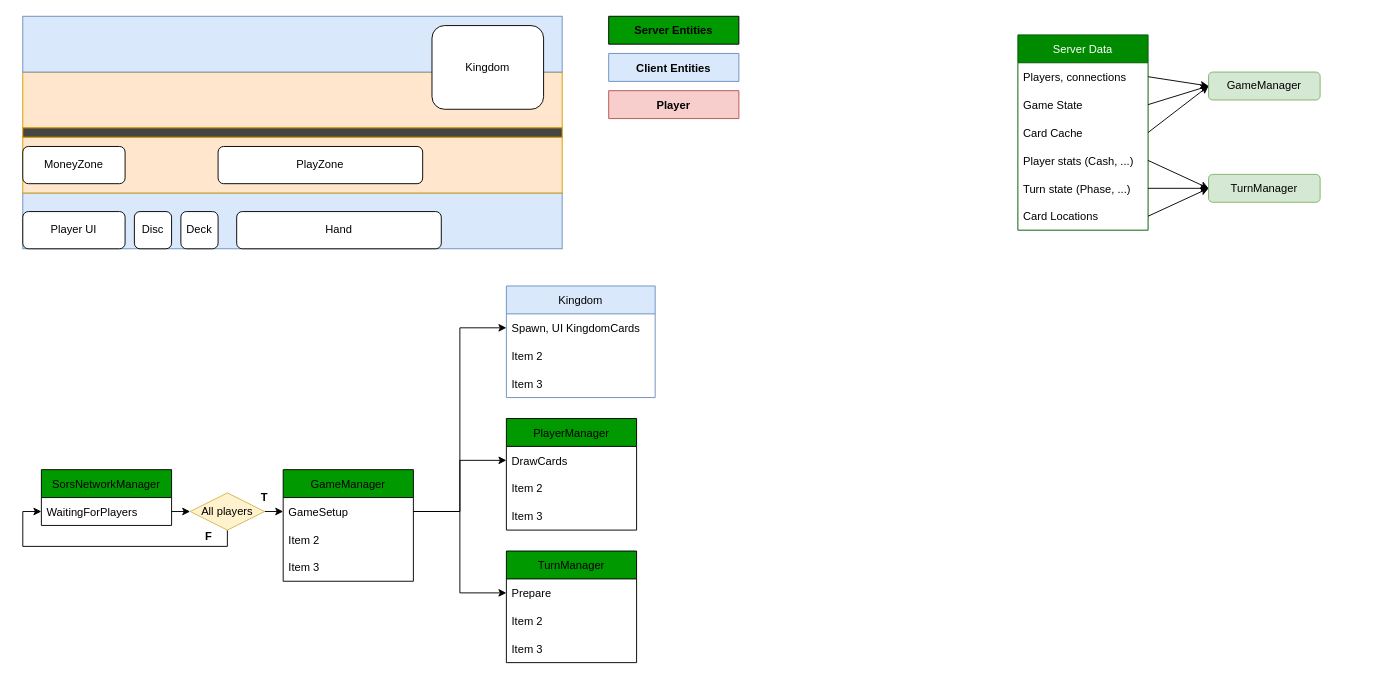
This is page "Overview" (1 of 4) of ProgramSchema.drawio from MattW0/Sors, a draw.io file, before an edit. Source tidied: cells renumbered, new cells numbered last; positions are measured from the earlier drawing's top-left corner, leaving out a move shared by most shapes. Both pictures are drawn from the tidied source at 93%, with x=0, y=0 at pixel (22, 16).
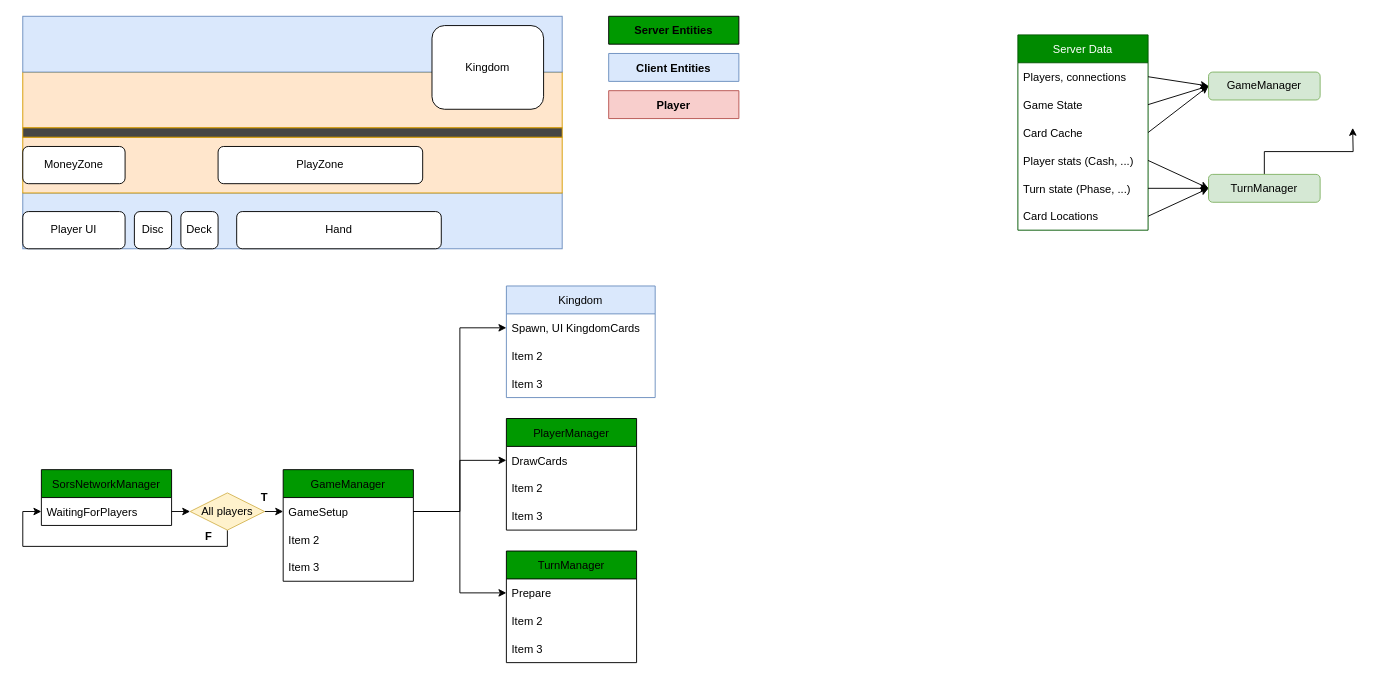
The same page after the edit.

Unchanged cells that the change refers to:
```xml
<mxCell id="55" value="TurnManager" style="rounded=1;whiteSpace=wrap;html=1;fillColor=#d5e8d4;strokeColor=#82b366;" parent="1" vertex="1">
  <mxGeometry x="1275" y="170" width="120" height="30" as="geometry" />
</mxCell>
```

Diff of the diagram source:
```diff
@@
+    <mxCell id="62" style="edgeStyle=orthogonalEdgeStyle;rounded=0;jettySize=auto;html=1;exitX=0.5;exitY=0;exitDx=0;exitDy=0;" parent="1" edge="1" source="55">
+      <mxGeometry relative="1" as="geometry">
+        <mxPoint x="1430" y="120" as="targetPoint" />
+      </mxGeometry>
+    </mxCell>
```
